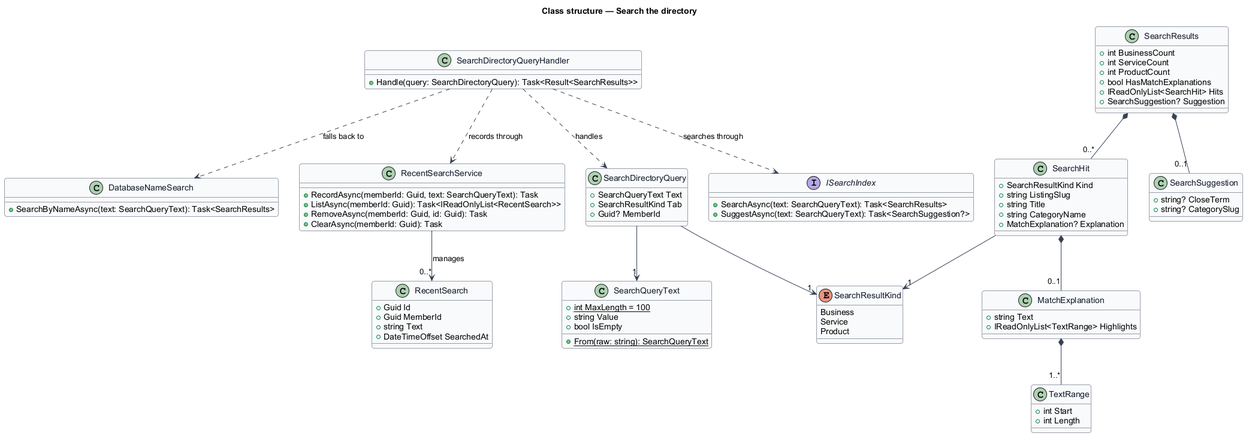
The PlantUML diagram docs/detailed-designs/directory/search-directory/diagrams/class-structure.png in QuinntyneBrown/jubilee, before a commit. The source it was exported from:
```plantuml
@startuml
skinparam backgroundColor #FFFFFF
skinparam shadowing false
skinparam roundcorner 8
skinparam defaultFontName Arial
skinparam ArrowColor #344054
skinparam class {
  BorderColor #344054
  FontColor #101828
  BackgroundColor #F9FAFB
}
title Class structure — Search the directory

enum SearchResultKind {
  Business
  Service
  Product
}

class SearchQueryText {
  +{static} int MaxLength = 100
  +string Value
  +bool IsEmpty
  +{static} From(raw: string): SearchQueryText
}

class SearchDirectoryQuery {
  +SearchQueryText Text
  +SearchResultKind Tab
  +Guid? MemberId
}

class SearchDirectoryQueryHandler {
  +Handle(query: SearchDirectoryQuery): Task<Result<SearchResults>>
}

interface ISearchIndex {
  +SearchAsync(text: SearchQueryText): Task<SearchResults>
  +SuggestAsync(text: SearchQueryText): Task<SearchSuggestion?>
}

class DatabaseNameSearch {
  +SearchByNameAsync(text: SearchQueryText): Task<SearchResults>
}

class SearchResults {
  +int BusinessCount
  +int ServiceCount
  +int ProductCount
  +bool HasMatchExplanations
  +IReadOnlyList<SearchHit> Hits
  +SearchSuggestion? Suggestion
}

class SearchHit {
  +SearchResultKind Kind
  +string ListingSlug
  +string Title
  +string CategoryName
  +MatchExplanation? Explanation
}

class MatchExplanation {
  +string Text
  +IReadOnlyList<TextRange> Highlights
}

class TextRange {
  +int Start
  +int Length
}

class SearchSuggestion {
  +string? CloseTerm
  +string? CategorySlug
}

class RecentSearch {
  +Guid Id
  +Guid MemberId
  +string Text
  +DateTimeOffset SearchedAt
}

class RecentSearchService {
  +RecordAsync(memberId: Guid, text: SearchQueryText): Task
  +ListAsync(memberId: Guid): Task<IReadOnlyList<RecentSearch>>
  +RemoveAsync(memberId: Guid, id: Guid): Task
  +ClearAsync(memberId: Guid): Task
}

SearchDirectoryQueryHandler ..> SearchDirectoryQuery : handles
SearchDirectoryQueryHandler ..> ISearchIndex : searches through
SearchDirectoryQueryHandler ..> DatabaseNameSearch : falls back to
SearchDirectoryQueryHandler ..> RecentSearchService : records through
SearchDirectoryQuery --> "1" SearchQueryText
SearchDirectoryQuery --> "1" SearchResultKind
SearchResults *-- "0..*" SearchHit
SearchResults *-- "0..1" SearchSuggestion
SearchHit --> "1" SearchResultKind
SearchHit *-- "0..1" MatchExplanation
MatchExplanation *-- "1..*" TextRange
RecentSearchService --> "0..*" RecentSearch : manages
@enduml
```
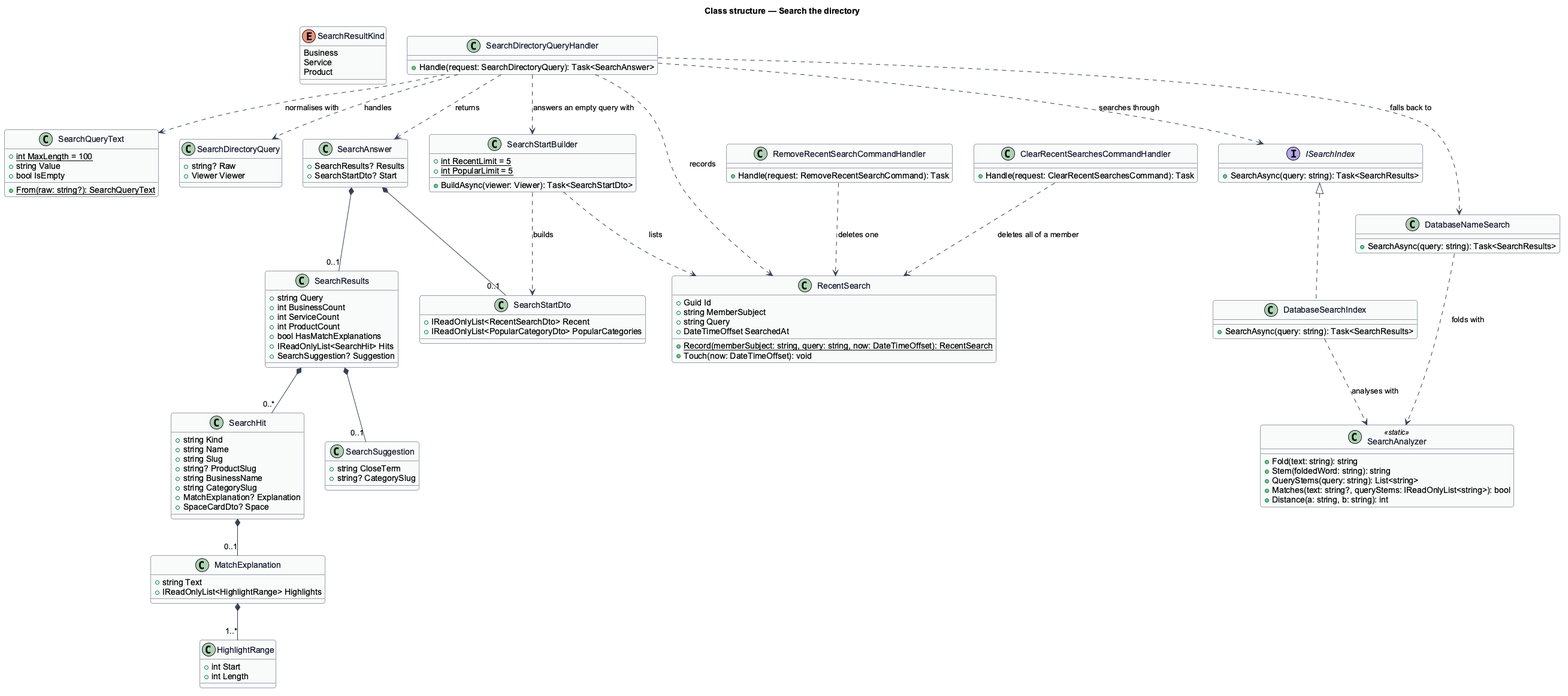
Above is the later version.

Change to the diagram source:
```diff
@@ -21,29 +21,45 @@
   +{static} int MaxLength = 100
   +string Value
   +bool IsEmpty
-  +{static} From(raw: string): SearchQueryText
+  +{static} From(raw: string?): SearchQueryText
 }
 
 class SearchDirectoryQuery {
-  +SearchQueryText Text
-  +SearchResultKind Tab
-  +Guid? MemberId
+  +string? Raw
+  +Viewer Viewer
 }
 
 class SearchDirectoryQueryHandler {
-  +Handle(query: SearchDirectoryQuery): Task<Result<SearchResults>>
+  +Handle(request: SearchDirectoryQuery): Task<SearchAnswer>
+}
+
+class SearchAnswer {
+  +SearchResults? Results
+  +SearchStartDto? Start
 }
 
 interface ISearchIndex {
-  +SearchAsync(text: SearchQueryText): Task<SearchResults>
-  +SuggestAsync(text: SearchQueryText): Task<SearchSuggestion?>
+  +SearchAsync(query: string): Task<SearchResults>
+}
+
+class DatabaseSearchIndex {
+  +SearchAsync(query: string): Task<SearchResults>
+}
+
+class SearchAnalyzer <<static>> {
+  +Fold(text: string): string
+  +Stem(foldedWord: string): string
+  +QueryStems(query: string): List<string>
+  +Matches(text: string?, queryStems: IReadOnlyList<string>): bool
+  +Distance(a: string, b: string): int
 }
 
 class DatabaseNameSearch {
-  +SearchByNameAsync(text: SearchQueryText): Task<SearchResults>
+  +SearchAsync(query: string): Task<SearchResults>
 }
 
 class SearchResults {
+  +string Query
   +int BusinessCount
   +int ServiceCount
   +int ProductCount
@@ -53,52 +69,77 @@
 }
 
 class SearchHit {
-  +SearchResultKind Kind
-  +string ListingSlug
-  +string Title
-  +string CategoryName
+  +string Kind
+  +string Name
+  +string Slug
+  +string? ProductSlug
+  +string BusinessName
+  +string CategorySlug
   +MatchExplanation? Explanation
+  +SpaceCardDto? Space
 }
 
 class MatchExplanation {
   +string Text
-  +IReadOnlyList<TextRange> Highlights
+  +IReadOnlyList<HighlightRange> Highlights
 }
 
-class TextRange {
+class HighlightRange {
   +int Start
   +int Length
 }
 
 class SearchSuggestion {
-  +string? CloseTerm
+  +string CloseTerm
   +string? CategorySlug
 }
 
 class RecentSearch {
   +Guid Id
-  +Guid MemberId
-  +string Text
+  +string MemberSubject
+  +string Query
   +DateTimeOffset SearchedAt
+  +{static} Record(memberSubject: string, query: string, now: DateTimeOffset): RecentSearch
+  +Touch(now: DateTimeOffset): void
 }
 
-class RecentSearchService {
-  +RecordAsync(memberId: Guid, text: SearchQueryText): Task
-  +ListAsync(memberId: Guid): Task<IReadOnlyList<RecentSearch>>
-  +RemoveAsync(memberId: Guid, id: Guid): Task
-  +ClearAsync(memberId: Guid): Task
+class SearchStartBuilder {
+  +{static} int RecentLimit = 5
+  +{static} int PopularLimit = 5
+  +BuildAsync(viewer: Viewer): Task<SearchStartDto>
+}
+
+class SearchStartDto {
+  +IReadOnlyList<RecentSearchDto> Recent
+  +IReadOnlyList<PopularCategoryDto> PopularCategories
+}
+
+class RemoveRecentSearchCommandHandler {
+  +Handle(request: RemoveRecentSearchCommand): Task
+}
+
+class ClearRecentSearchesCommandHandler {
+  +Handle(request: ClearRecentSearchesCommand): Task
 }
 
 SearchDirectoryQueryHandler ..> SearchDirectoryQuery : handles
+SearchDirectoryQueryHandler ..> SearchQueryText : normalises with
 SearchDirectoryQueryHandler ..> ISearchIndex : searches through
 SearchDirectoryQueryHandler ..> DatabaseNameSearch : falls back to
-SearchDirectoryQueryHandler ..> RecentSearchService : records through
-SearchDirectoryQuery --> "1" SearchQueryText
-SearchDirectoryQuery --> "1" SearchResultKind
+SearchDirectoryQueryHandler ..> SearchStartBuilder : answers an empty query with
+SearchDirectoryQueryHandler ..> RecentSearch : records
+SearchDirectoryQueryHandler ..> SearchAnswer : returns
+ISearchIndex <|.. DatabaseSearchIndex
+DatabaseSearchIndex ..> SearchAnalyzer : analyses with
+DatabaseNameSearch ..> SearchAnalyzer : folds with
+SearchAnswer *-- "0..1" SearchResults
+SearchAnswer *-- "0..1" SearchStartDto
 SearchResults *-- "0..*" SearchHit
 SearchResults *-- "0..1" SearchSuggestion
-SearchHit --> "1" SearchResultKind
 SearchHit *-- "0..1" MatchExplanation
-MatchExplanation *-- "1..*" TextRange
-RecentSearchService --> "0..*" RecentSearch : manages
+MatchExplanation *-- "1..*" HighlightRange
+SearchStartBuilder ..> SearchStartDto : builds
+SearchStartBuilder ..> RecentSearch : lists
+RemoveRecentSearchCommandHandler ..> RecentSearch : deletes one
+ClearRecentSearchesCommandHandler ..> RecentSearch : deletes all of a member
 @enduml
```
